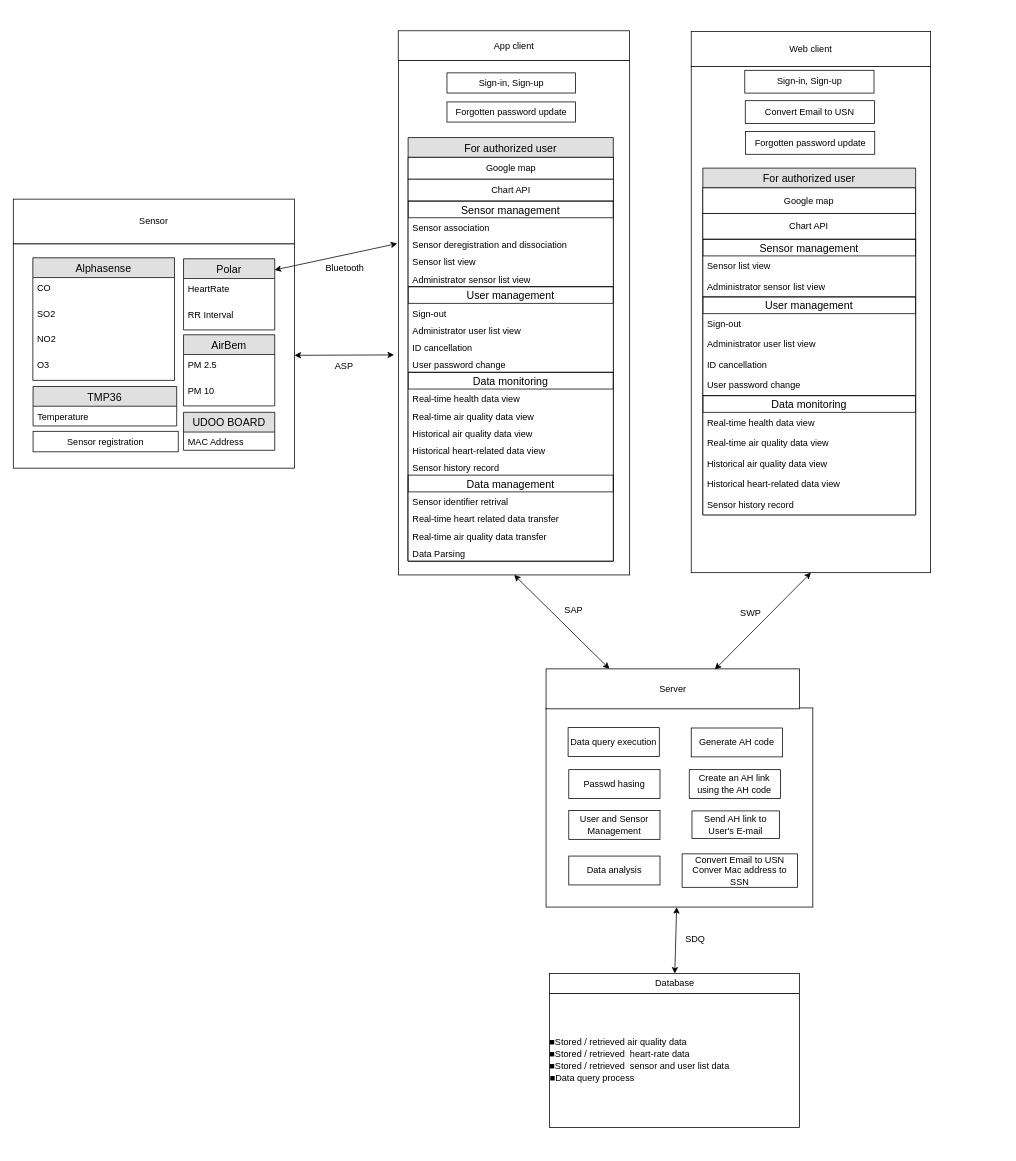
The draw.io diagram system architecture.drawio in Eunkkk/QI_D_team, before the edit. Source tidied: cells renumbered, new cells numbered last; positions are measured from the earlier drawing's top-left corner, leaving out a move shared by most shapes. Both pictures are drawn from the tidied source at 76%, with x=0, y=0 at pixel (13, 25).
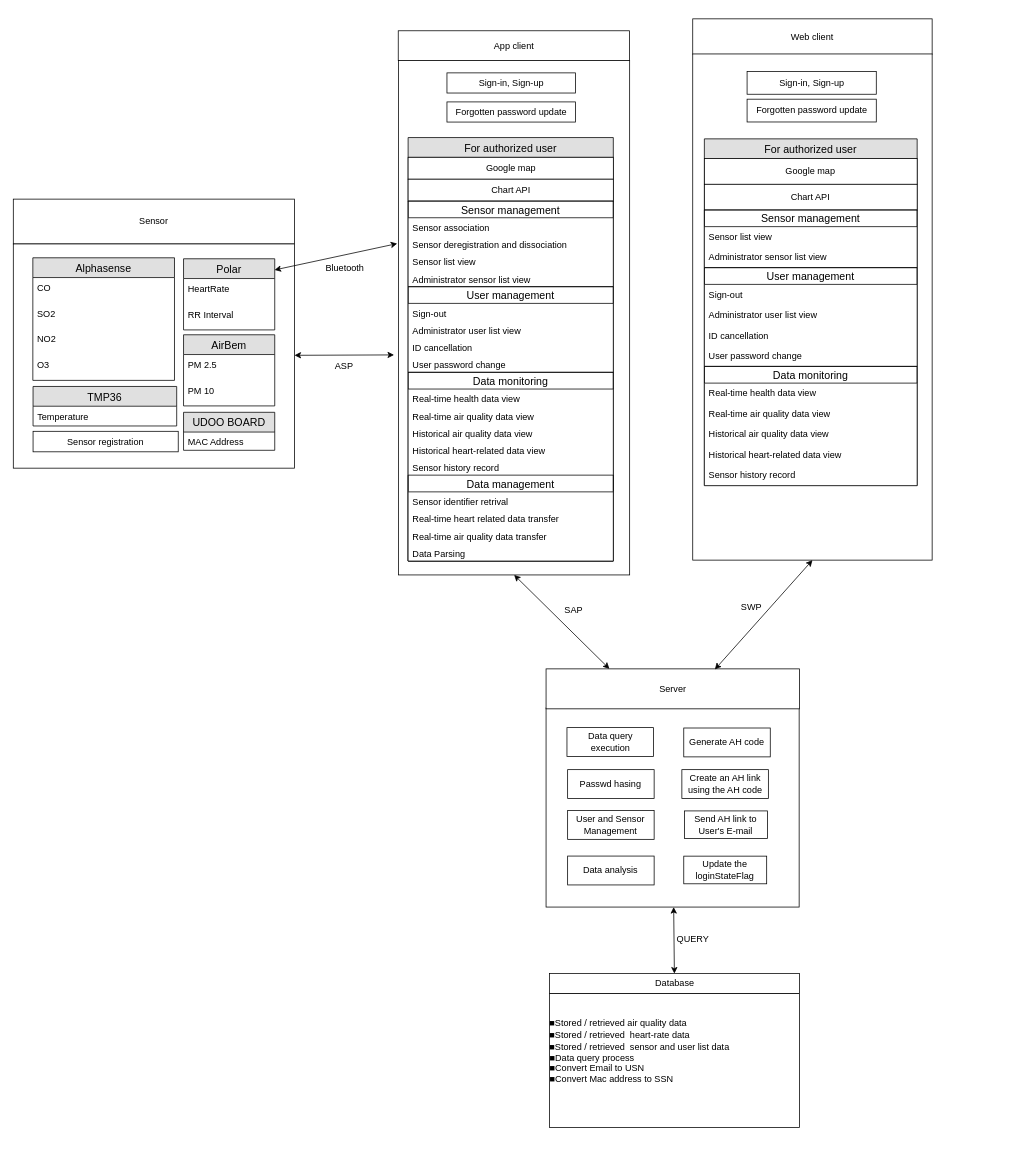
The same diagram, later.

The change refers to these unchanged cells:
```xml
<mxCell id="54" style="group;" parent="1" vertex="1">
  <mxGeometry x="950" width="350" height="890" as="geometry" />
</mxCell>
<mxCell id="82" style="endArrow=classic;startArrow=classic;html=1;" parent="1" edge="1" source="84" target="95">
  <mxGeometry relative="1" as="geometry" />
</mxCell>
<mxCell id="94" style="group;" parent="1" vertex="1">
  <mxGeometry x="703" y="1249.5" width="329" height="227" as="geometry" />
</mxCell>
```

Change to the diagram source:
```diff
@@
     <mxCell id="55" style="group;" parent="54" vertex="1">
-      <mxGeometry width="350" height="747" as="geometry" />
+      <mxGeometry x="2" y="-16.5" width="350" height="747" as="geometry" />
     </mxCell>
@@
     <mxCell id="58" value="For authorized user" style="swimlane;fontStyle=0;horizontal=1;startSize=26;fillColor=#e0e0e0;swimlaneFillColor=#ffffff;align=center;fontSize=14;" parent="55" vertex="1">
-      <mxGeometry x="-42.7" y="187.7" width="280" height="456.2" as="geometry" />
+      <mxGeometry x="-42.7" y="165.7" width="280" height="456.2" as="geometry" />
     </mxCell>
@@
     <mxCell id="75" value="Sign-in, Sign-up" style="rounded=0;whiteSpace=wrap;html=1;" parent="55" vertex="1">
-      <mxGeometry x="12.5" y="59" width="170" height="30" as="geometry" />
+      <mxGeometry x="13.5" y="77" width="170" height="30" as="geometry" />
     </mxCell>
     <mxCell id="76" value="&lt;span&gt;Forgotten password update&lt;/span&gt;" style="rounded=0;whiteSpace=wrap;html=1;" parent="55" vertex="1">
-      <mxGeometry x="13.5" y="139.5" width="170" height="30" as="geometry" />
+      <mxGeometry x="13.5" y="113.5" width="170" height="30" as="geometry" />
     </mxCell>
-    <mxCell id="77" value="Convert Email to USN" style="rounded=0;whiteSpace=wrap;html=1;" parent="55" vertex="1">
-      <mxGeometry x="13.1" y="99" width="170" height="30" as="geometry" />
-    </mxCell>
@@
-    <mxCell id="83" value="SDQ" style="text;html=1;align=center;verticalAlign=middle;labelBackgroundColor=#ffffff;" parent="82" vertex="1">
+    <mxCell id="83" value="QUERY" style="text;html=1;align=center;verticalAlign=middle;labelBackgroundColor=#ffffff;" parent="82" vertex="1">
       <mxGeometry x="-0.33" y="-3" relative="1" as="geometry">
         <mxPoint x="27" y="13" as="offset" />
       </mxGeometry>
     </mxCell>
     <mxCell id="84" style="rounded=0;whiteSpace=wrap;html=1;fillColor=none;" parent="1" vertex="1">
-      <mxGeometry x="701" y="898" width="351" height="262" as="geometry" />
+      <mxGeometry x="701" y="898" width="333" height="262" as="geometry" />
     </mxCell>
     <mxCell id="85" value="Passwd hasing" style="rounded=0;whiteSpace=wrap;html=1;" parent="84" vertex="1">
-      <mxGeometry x="29.9" y="81.2" width="120" height="38" as="geometry" />
+      <mxGeometry x="28.4" y="81.2" width="113.8" height="38" as="geometry" />
     </mxCell>
     <mxCell id="86" value="Data query execution" style="rounded=0;whiteSpace=wrap;html=1;" parent="84" vertex="1">
-      <mxGeometry x="29" y="25.9" width="120" height="38" as="geometry" />
+      <mxGeometry x="27.5" y="25.9" width="113.8" height="38" as="geometry" />
     </mxCell>
     <mxCell id="87" value="Generate AH code" style="rounded=0;whiteSpace=wrap;html=1;" parent="84" vertex="1">
-      <mxGeometry x="191" y="26.4" width="120" height="38" as="geometry" />
+      <mxGeometry x="181.2" y="26.4" width="113.8" height="38" as="geometry" />
     </mxCell>
     <mxCell id="88" value="Send AH link to User's E-mail" style="rounded=0;whiteSpace=wrap;html=1;" parent="84" vertex="1">
-      <mxGeometry x="192" y="135.5" width="115" height="36.4" as="geometry" />
+      <mxGeometry x="182.2" y="135.5" width="109.1" height="36.4" as="geometry" />
     </mxCell>
     <mxCell id="89" value="Create an AH link using the AH code" style="rounded=0;whiteSpace=wrap;html=1;" parent="84" vertex="1">
-      <mxGeometry x="188.4" y="81.2" width="120" height="38" as="geometry" />
+      <mxGeometry x="178.7" y="81.2" width="113.8" height="38" as="geometry" />
     </mxCell>
     <mxCell id="90" value="User and Sensor Management" style="rounded=0;whiteSpace=wrap;html=1;" parent="84" vertex="1">
-      <mxGeometry x="29.9" y="134.9" width="120" height="38" as="geometry" />
+      <mxGeometry x="28.4" y="134.9" width="113.8" height="38" as="geometry" />
     </mxCell>
     <mxCell id="91" value="Data analysis" style="rounded=0;whiteSpace=wrap;html=1;" parent="84" vertex="1">
-      <mxGeometry x="29.9" y="194.9" width="120" height="38" as="geometry" />
+      <mxGeometry x="28.4" y="194.9" width="113.8" height="38" as="geometry" />
     </mxCell>
-    <mxCell id="92" value="Convert Email to USN&lt;br&gt;Conver Mac address to SSN" style="rounded=0;whiteSpace=wrap;html=1;" parent="84" vertex="1">
-      <mxGeometry x="179" y="192" width="152" height="44" as="geometry" />
-    </mxCell>
+    <mxCell id="103" value="Update the loginStateFlag" style="rounded=0;whiteSpace=wrap;html=1;" parent="84" vertex="1">
+      <mxGeometry x="181.2" y="195" width="109.1" height="36.4" as="geometry" />
+    </mxCell>
@@
     <mxCell id="97" value="■Stored / retrieved  sensor and user list data" style="text;strokeColor=none;fillColor=none;spacingLeft=4;spacingRight=4;overflow=hidden;fontSize=12;" parent="94" vertex="1">
-      <mxGeometry x="-3.2" y="106.4" width="329" height="16" as="geometry" />
+      <mxGeometry x="-3.2" y="81.4" width="329" height="16" as="geometry" />
     </mxCell>
-    <mxCell id="98" value="■Data query process" style="text;strokeColor=none;fillColor=none;spacingLeft=4;spacingRight=4;overflow=hidden;fontSize=12;" parent="94" vertex="1">
-      <mxGeometry x="-2.7" y="121.5" width="329" height="16" as="geometry" />
+    <mxCell id="98" value="■Data query process&#10;■Convert Email to USN&#10;■Convert Mac address to SSN" style="text;strokeColor=none;fillColor=none;spacingLeft=4;spacingRight=4;overflow=hidden;fontSize=12;" parent="94" vertex="1">
+      <mxGeometry x="-3" y="95" width="329" height="50" as="geometry" />
     </mxCell>
     <mxCell id="99" value="■Stored / retrieved  heart-rate data" style="text;strokeColor=none;fillColor=none;spacingLeft=4;spacingRight=4;overflow=hidden;fontSize=12;" parent="94" vertex="1">
-      <mxGeometry x="-3.2" y="89.9" width="329" height="16" as="geometry" />
+      <mxGeometry x="-3.2" y="64.9" width="329" height="16" as="geometry" />
     </mxCell>
     <mxCell id="100" value="■Stored / retrieved air quality data" style="text;strokeColor=none;fillColor=none;spacingLeft=4;spacingRight=4;overflow=hidden;fontSize=12;" parent="94" vertex="1">
-      <mxGeometry x="-3.2" y="73.9" width="329" height="16" as="geometry" />
+      <mxGeometry x="-3.2" y="48.9" width="329" height="16" as="geometry" />
     </mxCell>
```
